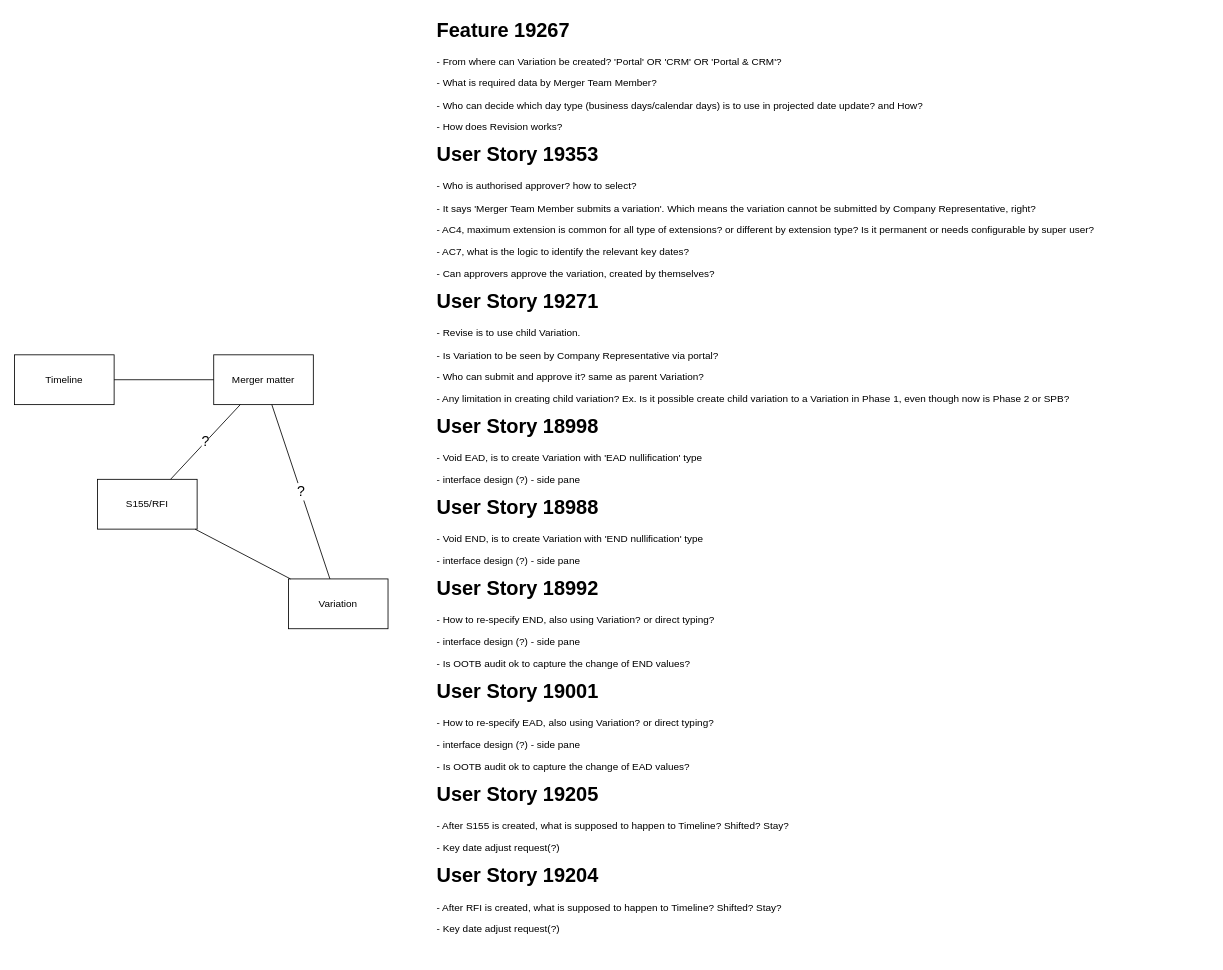
Above: page "Timeline" (14 of 15) of Merger.drawio in danieldotskc/helloworld (draw.io), before the change. Source tidied: cells renumbered, new cells numbered last; positions are measured from the earlier drawing's top-left corner, leaving out a move shared by most shapes. Both pictures are drawn from the tidied source at 83%, with x=0, y=0 at pixel (14, 14).
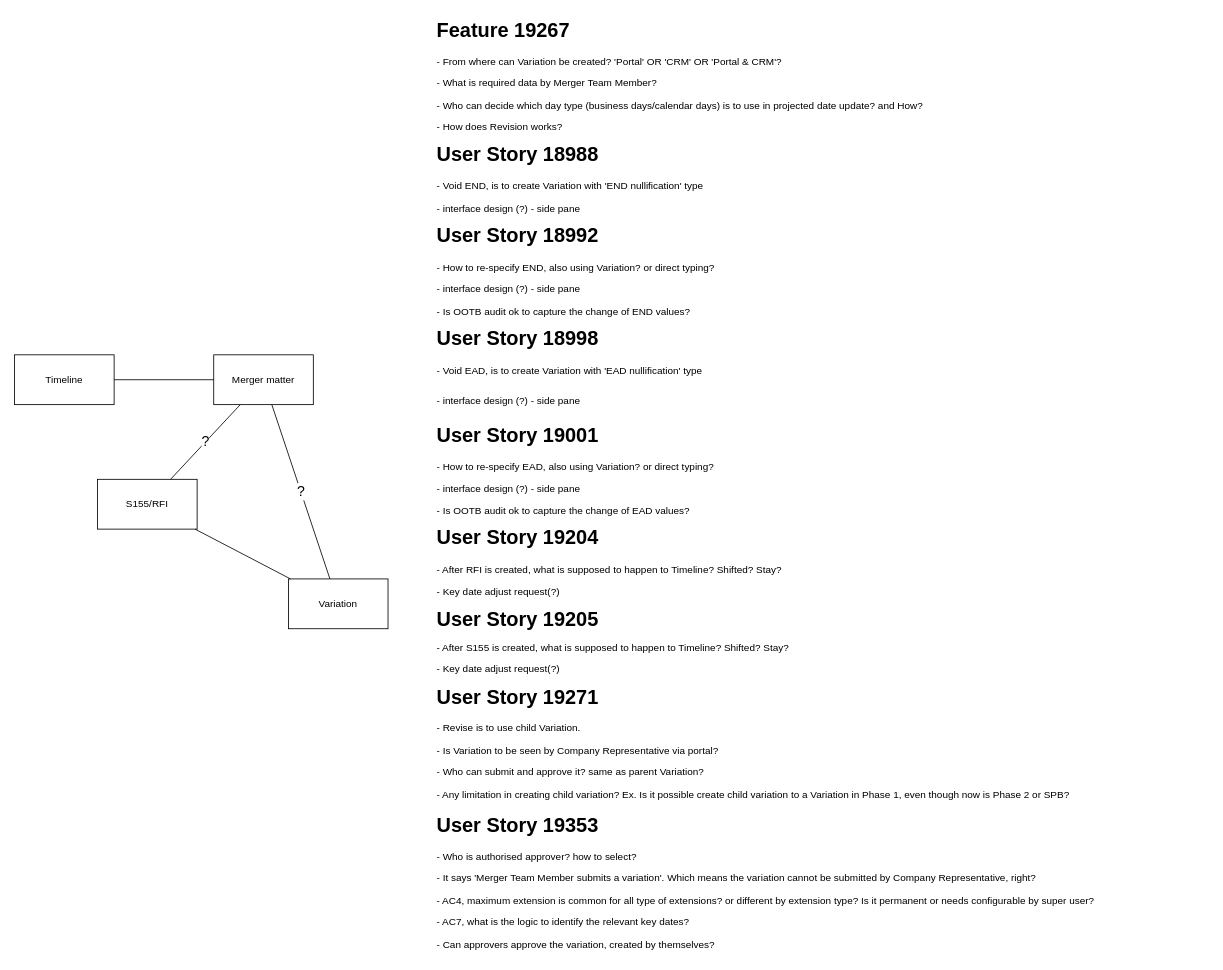
The same page after the edit.

The edit, as a diff of the source:
```diff
@@
 <mxGraphModel>
   <root>
     <mxCell id="0" />
     <mxCell id="1" parent="0" />
     <mxCell id="2" value="Timeline" style="rounded=0;whiteSpace=wrap;html=1;" parent="1" vertex="1">
       <mxGeometry y="410" width="120" height="60" as="geometry" />
     </mxCell>
     <mxCell id="3" value="Variation" style="rounded=0;whiteSpace=wrap;html=1;" parent="1" vertex="1">
       <mxGeometry x="330" y="680" width="120" height="60" as="geometry" />
     </mxCell>
     <mxCell id="4" value="Merger matter" style="rounded=0;whiteSpace=wrap;html=1;" parent="1" vertex="1">
       <mxGeometry x="240" y="410" width="120" height="60" as="geometry" />
     </mxCell>
     <mxCell id="5" value="?" style="endArrow=none;html=1;rounded=0;fontSize=17;" parent="1" edge="1" source="3" target="4">
       <mxGeometry relative="1" as="geometry" />
     </mxCell>
     <mxCell id="6" style="endArrow=none;html=1;rounded=0;" parent="1" edge="1" source="2" target="4">
       <mxGeometry relative="1" as="geometry" />
     </mxCell>
-    <mxCell id="7" value="&lt;h1 style=&quot;margin-top: 0px;&quot;&gt;Feature 19267&lt;/h1&gt;&lt;p&gt;- From where can Variation be created? 'Portal' OR 'CRM' OR 'Portal &amp;amp; CRM'?&amp;nbsp;&lt;/p&gt;&lt;p&gt;- What is required data by Merger Team Member?&lt;/p&gt;&lt;p&gt;- Who can decide which day type (business days/calendar days) is to use in projected date update? and How?&lt;/p&gt;&lt;p&gt;- How does Revision works?&lt;/p&gt;&lt;h1 style=&quot;margin-top: 0px;&quot;&gt;User Story 19353&lt;/h1&gt;&lt;p&gt;- Who is authorised approver? how to select?&amp;nbsp;&lt;/p&gt;&lt;p&gt;- It says 'Merger Team Member submits a variation'. Which means the variation cannot be submitted by Company Representative, right?&lt;/p&gt;&lt;p&gt;- AC4, maximum extension is common for all type of extensions? or different by extension type? Is it permanent or needs configurable by super user?&lt;/p&gt;&lt;p&gt;- AC7, what is the logic to identify the relevant key dates?&lt;/p&gt;&lt;p&gt;- Can approvers approve the variation, created by themselves?&lt;/p&gt;&lt;h1 style=&quot;margin-top: 0px;&quot;&gt;User Story 19271&lt;/h1&gt;&lt;p&gt;- Revise is to use child Variation.&lt;/p&gt;&lt;p&gt;- Is Variation to be seen by Company Representative via portal?&lt;/p&gt;&lt;p&gt;- Who can submit and approve it? same as parent Variation?&lt;/p&gt;&lt;p&gt;- Any limitation in creating child variation? Ex. Is it possible create child variation to a Variation in Phase 1, even though now is Phase 2 or SPB?&lt;/p&gt;&lt;h1 style=&quot;margin-top: 0px;&quot;&gt;User Story 18998&lt;/h1&gt;&lt;p&gt;- Void EAD, is to create Variation with 'EAD nullification' type&lt;/p&gt;&lt;p&gt;- interface design (?) - side pane&lt;/p&gt;&lt;h1 style=&quot;margin-top: 0px;&quot;&gt;User Story 18988&lt;/h1&gt;&lt;p&gt;- Void END, is to create Variation with 'END nullification' type&lt;/p&gt;&lt;p&gt;- interface design (?) - side pane&lt;/p&gt;&lt;h1 style=&quot;margin-top: 0px;&quot;&gt;User Story 18992&lt;/h1&gt;&lt;p&gt;- How to re-specify END, also using Variation? or direct typing?&lt;/p&gt;&lt;p&gt;- interface design (?) - side pane&lt;/p&gt;&lt;p&gt;- Is OOTB audit ok to capture the change of END values?&lt;/p&gt;&lt;h1 style=&quot;margin-top: 0px;&quot;&gt;User Story 19001&lt;/h1&gt;&lt;p&gt;- How to re-specify EAD, also using Variation? or direct typing?&lt;/p&gt;&lt;p&gt;- interface design (?) - side pane&lt;/p&gt;&lt;p&gt;- Is OOTB audit ok to capture the change of EAD values?&lt;/p&gt;&lt;h1 style=&quot;margin-top: 0px;&quot;&gt;User Story 19205&lt;/h1&gt;&lt;p&gt;- A&lt;span style=&quot;background-color: transparent; color: light-dark(rgb(0, 0, 0), rgb(255, 255, 255));&quot;&gt;fter S155 is created, w&lt;/span&gt;&lt;span style=&quot;background-color: transparent; color: light-dark(rgb(0, 0, 0), rgb(255, 255, 255));&quot;&gt;hat is supposed to happen to Timeline? Shifted? Stay?&lt;/span&gt;&lt;/p&gt;&lt;p&gt;&lt;span style=&quot;background-color: transparent; color: light-dark(rgb(0, 0, 0), rgb(255, 255, 255));&quot;&gt;- Key date adjust request(?)&lt;/span&gt;&lt;/p&gt;&lt;h1 style=&quot;margin-top: 0px;&quot;&gt;User Story 19204&lt;/h1&gt;&lt;p&gt;- A&lt;span style=&quot;background-color: transparent; color: light-dark(rgb(0, 0, 0), rgb(255, 255, 255));&quot;&gt;fter RFI is created, w&lt;/span&gt;&lt;span style=&quot;background-color: transparent; color: light-dark(rgb(0, 0, 0), rgb(255, 255, 255));&quot;&gt;hat is supposed to happen to Timeline? Shifted? Stay?&lt;/span&gt;&lt;/p&gt;&lt;p&gt;&lt;span style=&quot;background-color: transparent; color: light-dark(rgb(0, 0, 0), rgb(255, 255, 255));&quot;&gt;- Key date adjust request(?)&lt;/span&gt;&lt;/p&gt;&lt;p&gt;&lt;br&gt;&lt;/p&gt;" style="text;html=1;whiteSpace=wrap;overflow=hidden;rounded=0;spacing=0;" parent="1" vertex="1">
+    <mxCell id="7" value="&lt;h1 style=&quot;margin-top: 0px;&quot;&gt;Feature 19267&lt;/h1&gt;&lt;p&gt;- From where can Variation be created? 'Portal' OR 'CRM' OR 'Portal &amp;amp; CRM'?&amp;nbsp;&lt;/p&gt;&lt;p&gt;- What is required data by Merger Team Member?&lt;/p&gt;&lt;p&gt;- Who can decide which day type (business days/calendar days) is to use in projected date update? and How?&lt;/p&gt;&lt;p&gt;- How does Revision works?&lt;/p&gt;&lt;h1 style=&quot;margin-top: 0px;&quot;&gt;User Story 18988&lt;/h1&gt;&lt;p&gt;- Void END, is to create Variation with 'END nullification' type&lt;/p&gt;&lt;p&gt;- interface design (?) - side pane&lt;/p&gt;&lt;h1 style=&quot;margin-top: 0px;&quot;&gt;&lt;span style=&quot;background-color: transparent; color: light-dark(rgb(0, 0, 0), rgb(255, 255, 255));&quot;&gt;User Story 18992&lt;/span&gt;&lt;/h1&gt;&lt;p&gt;- How to re-specify END, also using Variation? or direct typing?&lt;/p&gt;&lt;p&gt;- interface design (?) - side pane&lt;/p&gt;&lt;p&gt;- Is OOTB audit ok to capture the change of END values?&lt;/p&gt;&lt;h1 style=&quot;margin-top: 0px;&quot;&gt;User Story 18998&lt;/h1&gt;&lt;p&gt;- Void EAD, is to create Variation with 'EAD nullification' type&lt;/p&gt;&lt;h1 style=&quot;margin-top: 0px;&quot;&gt;&lt;span style=&quot;background-color: transparent; color: light-dark(rgb(0, 0, 0), rgb(255, 255, 255)); font-size: 12px; font-weight: normal;&quot;&gt;- interface design (?) - side pane&lt;/span&gt;&lt;/h1&gt;&lt;h1 style=&quot;margin-top: 0px;&quot;&gt;&lt;span style=&quot;background-color: transparent; color: light-dark(rgb(0, 0, 0), rgb(255, 255, 255));&quot;&gt;&lt;font&gt;User Story 19001&lt;/font&gt;&lt;/span&gt;&lt;/h1&gt;&lt;p&gt;- How to re-specify EAD, also using Variation? or direct typing?&lt;/p&gt;&lt;p&gt;- interface design (?) - side pane&lt;/p&gt;&lt;p&gt;- Is OOTB audit ok to capture the change of EAD values?&lt;/p&gt;&lt;h1 style=&quot;margin-top: 0px;&quot;&gt;User Story 19204&lt;/h1&gt;&lt;p&gt;- A&lt;span style=&quot;background-color: transparent; color: light-dark(rgb(0, 0, 0), rgb(255, 255, 255));&quot;&gt;fter RFI is created, w&lt;/span&gt;&lt;span style=&quot;background-color: transparent; color: light-dark(rgb(0, 0, 0), rgb(255, 255, 255));&quot;&gt;hat is supposed to happen to Timeline? Shifted? Stay?&lt;/span&gt;&lt;/p&gt;&lt;p&gt;&lt;span style=&quot;background-color: transparent; color: light-dark(rgb(0, 0, 0), rgb(255, 255, 255));&quot;&gt;- Key date adjust request(?)&lt;/span&gt;&lt;/p&gt;&lt;p&gt;&lt;span style=&quot;background-color: transparent; color: light-dark(rgb(0, 0, 0), rgb(255, 255, 255));&quot;&gt;&lt;b&gt;&lt;font style=&quot;font-size: 24px;&quot;&gt;User Story 19205&lt;/font&gt;&lt;/b&gt;&lt;/span&gt;&lt;/p&gt;&lt;p&gt;- A&lt;span style=&quot;background-color: transparent; color: light-dark(rgb(0, 0, 0), rgb(255, 255, 255));&quot;&gt;fter S155 is created, w&lt;/span&gt;&lt;span style=&quot;background-color: transparent; color: light-dark(rgb(0, 0, 0), rgb(255, 255, 255));&quot;&gt;hat is supposed to happen to Timeline? Shifted? Stay?&lt;/span&gt;&lt;/p&gt;&lt;p&gt;&lt;span style=&quot;background-color: transparent; color: light-dark(rgb(0, 0, 0), rgb(255, 255, 255));&quot;&gt;- Key date adjust request(?)&lt;/span&gt;&lt;/p&gt;&lt;h1 style=&quot;margin-top: 0px;&quot;&gt;User Story 19271&lt;/h1&gt;&lt;h1 style=&quot;margin-top: 0px;&quot;&gt;&lt;p style=&quot;font-size: 12px; font-weight: 400;&quot;&gt;- Revise is to use child Variation.&lt;/p&gt;&lt;p style=&quot;font-size: 12px; font-weight: 400;&quot;&gt;- Is Variation to be seen by Company Representative via portal?&lt;/p&gt;&lt;p style=&quot;font-size: 12px; font-weight: 400;&quot;&gt;- Who can submit and approve it? same as parent Variation?&lt;/p&gt;&lt;p style=&quot;font-size: 12px; font-weight: 400;&quot;&gt;- Any limitation in creating child variation? Ex. Is it possible create child variation to a Variation in Phase 1, even though now is Phase 2 or SPB?&lt;/p&gt;&lt;/h1&gt;&lt;h1 style=&quot;margin-top: 0px;&quot;&gt;User Story 19353&lt;/h1&gt;&lt;h1 style=&quot;margin-top: 0px;&quot;&gt;&lt;p style=&quot;font-size: 12px; font-weight: 400;&quot;&gt;- Who is authorised approver? how to select?&amp;nbsp;&lt;/p&gt;&lt;p style=&quot;font-size: 12px; font-weight: 400;&quot;&gt;- It says 'Merger Team Member submits a variation'. Which means the variation cannot be submitted by Company Representative, right?&lt;/p&gt;&lt;p style=&quot;font-size: 12px; font-weight: 400;&quot;&gt;- AC4, maximum extension is common for all type of extensions? or different by extension type? Is it permanent or needs configurable by super user?&lt;/p&gt;&lt;p style=&quot;font-size: 12px; font-weight: 400;&quot;&gt;- AC7, what is the logic to identify the relevant key dates?&lt;/p&gt;&lt;p style=&quot;font-size: 12px; font-weight: 400;&quot;&gt;- Can approvers approve the variation, created by themselves?&lt;/p&gt;&lt;div&gt;&lt;br&gt;&lt;/div&gt;&lt;/h1&gt;" style="text;html=1;whiteSpace=wrap;overflow=hidden;rounded=0;spacing=0;" parent="1" vertex="1">
       <mxGeometry x="509" width="930" height="1130" as="geometry" />
     </mxCell>
     <mxCell id="8" value="S155/RFI" style="rounded=0;whiteSpace=wrap;html=1;" parent="1" vertex="1">
       <mxGeometry x="100" y="560" width="120" height="60" as="geometry" />
     </mxCell>
     <mxCell id="9" value="?" style="endArrow=none;html=1;rounded=0;fontSize=17;" parent="1" edge="1" source="8" target="4">
       <mxGeometry relative="1" as="geometry" />
     </mxCell>
     <mxCell id="10" style="endArrow=none;html=1;rounded=0;" parent="1" edge="1" source="3" target="8">
       <mxGeometry relative="1" as="geometry" />
     </mxCell>
   </root>
 </mxGraphModel>
```
